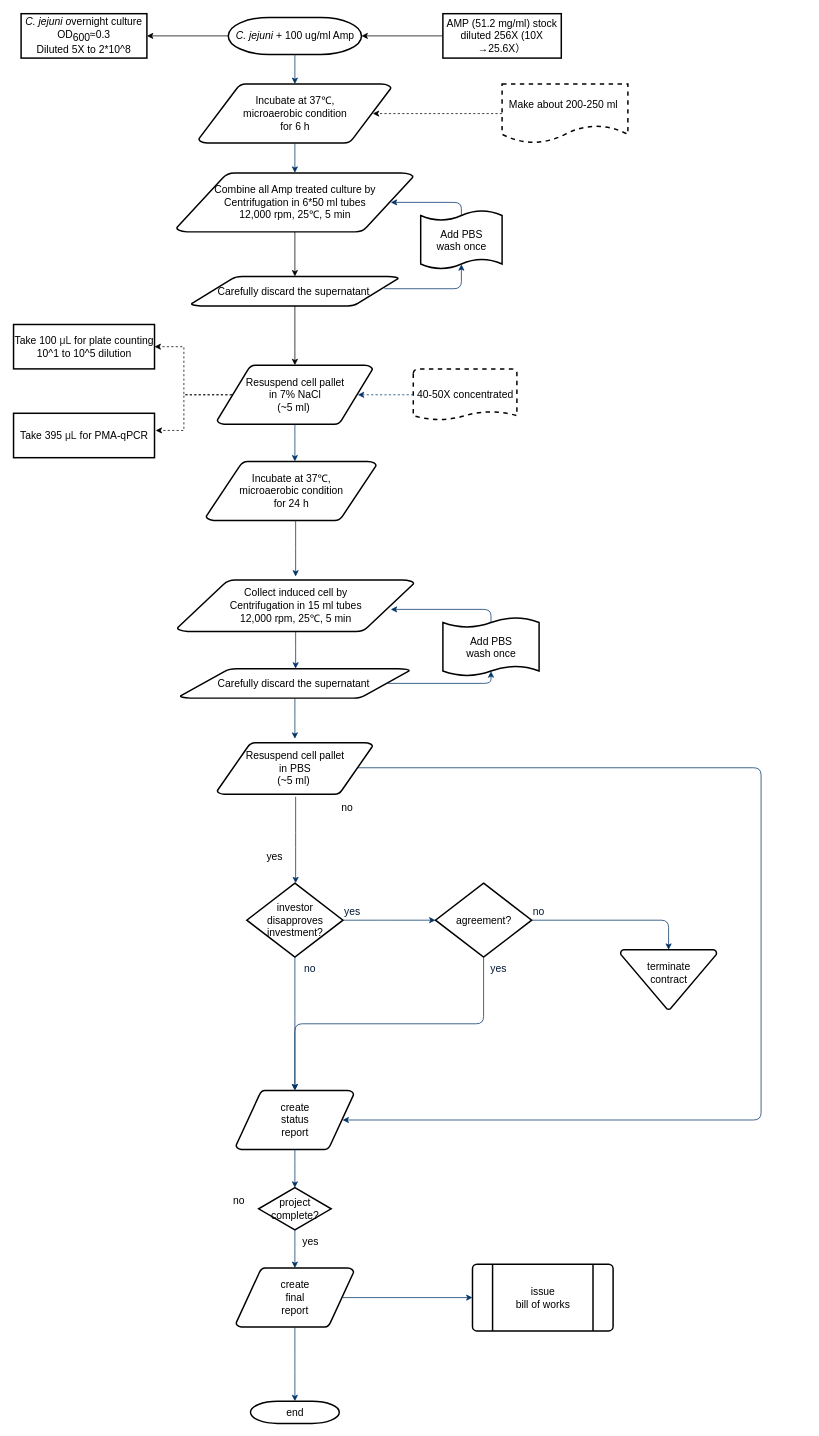
Before: Untitled Diagram.drawio in SL-Ivy/STAT545-participation, a draw.io diagram. Source tidied: cells renumbered, new cells numbered last; positions are measured from the earlier drawing's top-left corner, leaving out a move shared by most shapes. Both pictures are drawn from the tidied source at 74%, with x=0, y=0 at pixel (13, 13).
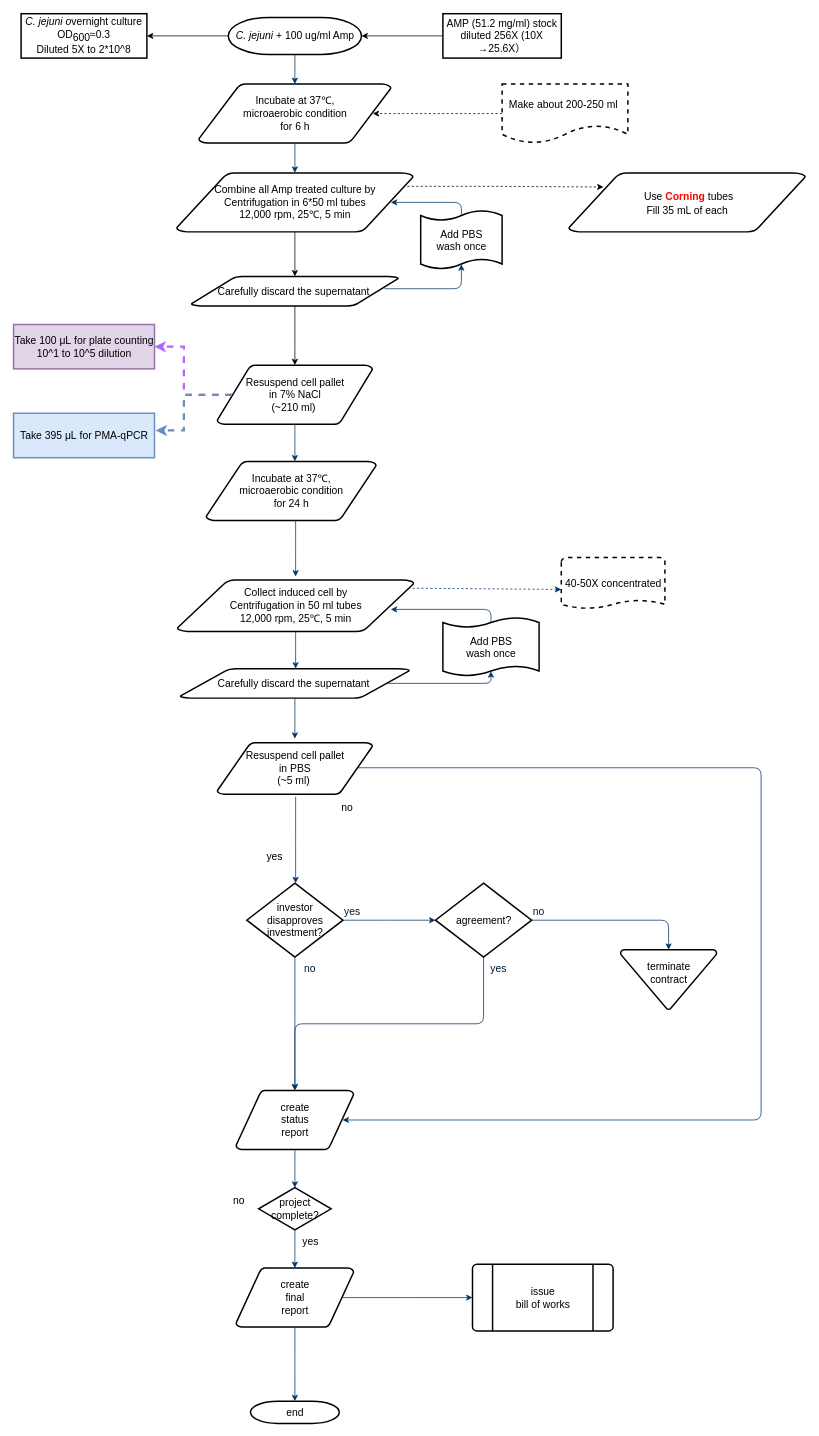
The same page after the edit.

The change refers to these unchanged cells:
```xml
<mxCell id="10" value="Combine all Amp treated culture by&lt;br style=&quot;font-size: 14px;&quot;&gt;Centrifugation in 6*50 ml tubes&lt;br style=&quot;font-size: 14px;&quot;&gt;12,000 rpm, 25℃, 5 min&lt;br style=&quot;font-size: 14px;&quot;&gt;" style="shape=mxgraph.flowchart.data;strokeWidth=2;gradientColor=none;gradientDirection=north;fontStyle=0;html=1;shadow=0;fontSize=14;" parent="1" vertex="1">
  <mxGeometry x="220" y="215" width="320" height="80" as="geometry" />
</mxCell>
```

The edit, as a diff of the source:
```diff
@@
-    <mxCell id="7" style="edgeStyle=orthogonalEdgeStyle;rounded=0;jettySize=auto;html=1;dashed=1;fontSize=14;exitX=0.095;exitY=0.5;exitDx=0;exitDy=0;exitPerimeter=0;" parent="1" edge="1" source="8" target="55">
+    <mxCell id="7" style="edgeStyle=orthogonalEdgeStyle;rounded=0;jettySize=auto;html=1;dashed=1;fontSize=14;exitX=0.095;exitY=0.5;exitDx=0;exitDy=0;exitPerimeter=0;strokeColor=#B266FF;strokeWidth=3;" parent="1" edge="1" source="8" target="55">
       <mxGeometry relative="1" as="geometry">
         <Array as="points">
           <mxPoint x="230" y="515" />
           <mxPoint x="230" y="450" />
         </Array>
       </mxGeometry>
     </mxCell>
-    <mxCell id="8" value="Resuspend cell pallet&lt;br style=&quot;font-size: 14px;&quot;&gt;in 7% NaCl&lt;br style=&quot;font-size: 14px;&quot;&gt;(~5 ml)&amp;nbsp;" style="shape=mxgraph.flowchart.data;strokeWidth=2;gradientColor=none;gradientDirection=north;fontStyle=0;html=1;fontSize=14;" parent="1" vertex="1">
+    <mxCell id="8" value="Resuspend cell pallet&lt;br style=&quot;font-size: 14px&quot;&gt;in 7% NaCl&lt;br style=&quot;font-size: 14px&quot;&gt;(~210 ml)&amp;nbsp;" style="shape=mxgraph.flowchart.data;strokeWidth=2;gradientColor=none;gradientDirection=north;fontStyle=0;html=1;fontSize=14;" parent="1" vertex="1">
       <mxGeometry x="275" y="475" width="210" height="80" as="geometry" />
     </mxCell>
@@
+    <mxCell id="64" style="edgeStyle=orthogonalEdgeStyle;rounded=0;jettySize=auto;html=1;dashed=1;exitX=0.956;exitY=0.229;exitDx=0;exitDy=0;exitPerimeter=0;entryX=0.147;entryY=0.24;entryDx=0;entryDy=0;entryPerimeter=0;" parent="1" edge="1" source="10" target="65">
+      <mxGeometry relative="1" as="geometry" />
+    </mxCell>
@@
     <mxCell id="16" value="40-50X concentrated" style="shape=mxgraph.flowchart.document;strokeWidth=2;gradientColor=none;gradientDirection=north;fontStyle=0;html=1;dashed=1;fontSize=14;" parent="1" vertex="1">
-      <mxGeometry x="540" y="480" width="140" height="70" as="geometry" />
+      <mxGeometry x="740" y="735" width="140" height="70" as="geometry" />
     </mxCell>
-    <mxCell id="17" style="edgeStyle=elbowEdgeStyle;elbow=horizontal;fontStyle=1;strokeColor=#003366;strokeWidth=1;html=1;dashed=1;entryX=0.905;entryY=0.5;entryDx=0;entryDy=0;entryPerimeter=0;fontSize=14;" parent="1" edge="1" source="16" target="8">
+    <mxCell id="17" style="elbow=horizontal;fontStyle=1;strokeColor=#003366;strokeWidth=1;html=1;dashed=1;fontSize=14;exitX=0.975;exitY=0.162;exitDx=0;exitDy=0;exitPerimeter=0;entryX=0;entryY=0.615;entryDx=0;entryDy=0;entryPerimeter=0;" parent="1" edge="1" source="58" target="16">
       <mxGeometry as="geometry" />
     </mxCell>
@@
-    <mxCell id="55" value="&lt;font style=&quot;font-size: 14px&quot;&gt;Take 100&amp;nbsp;&lt;span style=&quot;color: rgb(32 , 33 , 36) ; font-family: &amp;#34;arial&amp;#34; , sans-serif ; background-color: rgb(255 , 255 , 255) ; font-size: 14px&quot;&gt;μL&amp;nbsp;&lt;/span&gt;for plate counting&lt;br&gt;10^1 to 10^5 dilution&lt;br&gt;&lt;/font&gt;" style="whiteSpace=wrap;html=1;fontStyle=0;strokeWidth=2;gradientDirection=north;fontSize=14;" parent="1" vertex="1">
+    <mxCell id="55" value="&lt;font style=&quot;font-size: 14px&quot;&gt;Take 100 μL&amp;nbsp;for plate counting&lt;br&gt;10^1 to 10^5 dilution&lt;br&gt;&lt;/font&gt;" style="whiteSpace=wrap;html=1;fontStyle=0;strokeWidth=2;gradientDirection=north;fontSize=14;fillColor=#e1d5e7;strokeColor=#9673a6;" parent="1" vertex="1">
       <mxGeometry x="-0.2" y="420" width="190.5" height="60" as="geometry" />
     </mxCell>
-    <mxCell id="56" style="edgeStyle=orthogonalEdgeStyle;rounded=0;jettySize=auto;html=1;dashed=1;fontSize=14;exitX=0.095;exitY=0.5;exitDx=0;exitDy=0;exitPerimeter=0;entryX=1.008;entryY=0.386;entryDx=0;entryDy=0;entryPerimeter=0;" parent="1" edge="1" source="8" target="57">
+    <mxCell id="56" style="edgeStyle=orthogonalEdgeStyle;rounded=0;jettySize=auto;html=1;dashed=1;fontSize=14;exitX=0.095;exitY=0.5;exitDx=0;exitDy=0;exitPerimeter=0;entryX=1.008;entryY=0.386;entryDx=0;entryDy=0;entryPerimeter=0;fillColor=#dae8fc;strokeColor=#6c8ebf;strokeWidth=3;" parent="1" edge="1" source="8" target="57">
       <mxGeometry relative="1" as="geometry">
         <Array as="points">
           <mxPoint x="230" y="515" />
           <mxPoint x="230" y="563" />
         </Array>
       </mxGeometry>
     </mxCell>
-    <mxCell id="57" value="&lt;font style=&quot;font-size: 14px&quot;&gt;Take 395&amp;nbsp;&lt;span style=&quot;color: rgb(32 , 33 , 36) ; font-family: &amp;#34;arial&amp;#34; , sans-serif ; background-color: rgb(255 , 255 , 255) ; font-size: 14px&quot;&gt;μL&amp;nbsp;&lt;/span&gt;for PMA-qPCR&lt;br&gt;&lt;/font&gt;" style="whiteSpace=wrap;html=1;fontStyle=0;strokeWidth=2;gradientDirection=north;fontSize=14;" parent="1" vertex="1">
+    <mxCell id="57" value="&lt;font style=&quot;font-size: 14px&quot;&gt;Take 395 μL&amp;nbsp;for PMA-qPCR&lt;br&gt;&lt;/font&gt;" style="whiteSpace=wrap;html=1;fontStyle=0;strokeWidth=2;gradientDirection=north;fontSize=14;fillColor=#dae8fc;strokeColor=#6c8ebf;" parent="1" vertex="1">
       <mxGeometry x="-0.2" y="540" width="190.5" height="60" as="geometry" />
     </mxCell>
-    <mxCell id="58" value="Collect induced cell&amp;nbsp;by&lt;br style=&quot;font-size: 14px&quot;&gt;Centrifugation in 15 ml tubes&lt;br style=&quot;font-size: 14px&quot;&gt;12,000 rpm, 25℃, 5 min" style="shape=mxgraph.flowchart.data;strokeWidth=2;gradientColor=none;gradientDirection=north;fontStyle=0;html=1;shadow=0;fontSize=14;" parent="1" vertex="1">
+    <mxCell id="58" value="Collect induced cell&amp;nbsp;by&lt;br style=&quot;font-size: 14px&quot;&gt;Centrifugation in 50 ml tubes&lt;br style=&quot;font-size: 14px&quot;&gt;12,000 rpm, 25℃, 5 min" style="shape=mxgraph.flowchart.data;strokeWidth=2;gradientColor=none;gradientDirection=north;fontStyle=0;html=1;shadow=0;fontSize=14;" parent="1" vertex="1">
       <mxGeometry x="221" y="765" width="320" height="70" as="geometry" />
     </mxCell>
@@
+    <mxCell id="65" value="&amp;nbsp;Use&amp;nbsp;&lt;font color=&quot;#ff0000&quot;&gt;&lt;b&gt;&lt;span style=&quot;box-sizing: border-box ; font-family: &amp;#34;tahoma&amp;#34; , &amp;#34;microsoft yahei&amp;#34; , , , &amp;#34;malgun gothic&amp;#34; , sans-serif ; line-height: 21px ; text-align: left ; background-color: rgb(255 , 255 , 255)&quot;&gt;Corning&amp;nbsp;&lt;/span&gt;&lt;/b&gt;&lt;/font&gt;tubes&lt;br&gt;Fill 35 mL of each" style="shape=mxgraph.flowchart.data;strokeWidth=2;gradientColor=none;gradientDirection=north;fontStyle=0;html=1;shadow=0;fontSize=14;" parent="1" vertex="1">
+      <mxGeometry x="750" y="215" width="320" height="80" as="geometry" />
+    </mxCell>
```
